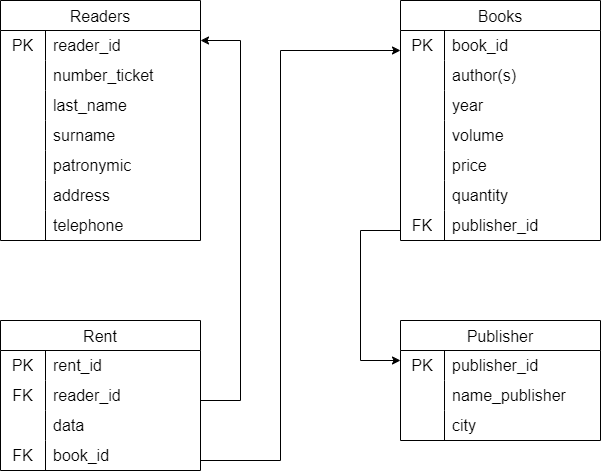
This is logic_diagram.png from SergeyGitH/Task1.2, a draw.io export, as it was before one commit. Source tidied: cells renumbered, new cells last; positions are measured from the earlier drawing's top-left corner, leaving out a move shared by most shapes.
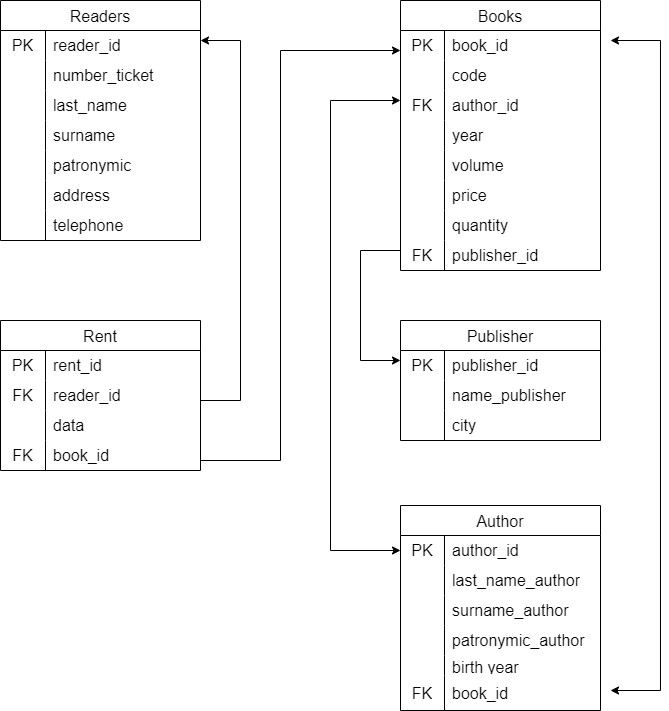
After the change.

Commit message:
Обновление логической диаграммы

What changed in the source:
```diff
@@ -108,7 +108,7 @@
       <mxGeometry x="45" width="155" height="30" as="geometry" />
     </mxCell>
     <mxCell id="37" value="Books" style="shape=table;startSize=30;rowLines=0;fontStyle=0;strokeColor=default;fontSize=16;" parent="1" vertex="1">
-      <mxGeometry x="400" width="200" height="240" as="geometry" />
+      <mxGeometry x="400" width="200" height="270" as="geometry" />
     </mxCell>
     <mxCell id="38" style="shape=tableRow;horizontal=0;startSize=0;swimlaneHead=0;swimlaneBody=0;top=0;left=0;bottom=0;right=0;fillColor=none;strokeColor=inherit;fontSize=16;" parent="37" vertex="1">
       <mxGeometry y="30" width="200" height="30" as="geometry" />
@@ -119,17 +119,26 @@
     <mxCell id="40" value="book_id" style="shape=partialRectangle;html=1;whiteSpace=wrap;fillColor=none;top=0;left=0;bottom=0;right=0;align=left;spacingLeft=6;overflow=hidden;strokeColor=inherit;fontSize=16;" parent="38" vertex="1">
       <mxGeometry x="44" width="156" height="30" as="geometry" />
     </mxCell>
+    <mxCell id="79" style="shape=tableRow;horizontal=0;startSize=0;swimlaneHead=0;swimlaneBody=0;top=0;left=0;bottom=0;right=0;fillColor=none;strokeColor=inherit;fontSize=16;" parent="37" vertex="1">
+      <mxGeometry y="60" width="200" height="30" as="geometry" />
+    </mxCell>
+    <mxCell id="80" style="shape=partialRectangle;html=1;whiteSpace=wrap;fillColor=none;top=0;left=0;bottom=0;right=0;overflow=hidden;strokeColor=inherit;fontSize=16;" parent="79" vertex="1">
+      <mxGeometry width="44" height="30" as="geometry" />
+    </mxCell>
+    <mxCell id="81" value="code" style="shape=partialRectangle;html=1;whiteSpace=wrap;fillColor=none;top=0;left=0;bottom=0;right=0;align=left;spacingLeft=6;overflow=hidden;strokeColor=inherit;fontSize=16;" parent="79" vertex="1">
+      <mxGeometry x="44" width="156" height="30" as="geometry" />
+    </mxCell>
     <mxCell id="41" style="shape=tableRow;horizontal=0;startSize=0;swimlaneHead=0;swimlaneBody=0;top=0;left=0;bottom=0;right=0;fillColor=none;strokeColor=inherit;fontSize=16;" parent="37" vertex="1">
-      <mxGeometry y="60" width="200" height="30" as="geometry" />
+      <mxGeometry y="90" width="200" height="30" as="geometry" />
     </mxCell>
-    <mxCell id="42" style="shape=partialRectangle;html=1;whiteSpace=wrap;fillColor=none;top=0;left=0;bottom=0;right=0;overflow=hidden;strokeColor=inherit;fontSize=16;" parent="41" vertex="1">
+    <mxCell id="42" value="FK" style="shape=partialRectangle;html=1;whiteSpace=wrap;fillColor=none;top=0;left=0;bottom=0;right=0;overflow=hidden;strokeColor=inherit;fontSize=16;" parent="41" vertex="1">
       <mxGeometry width="44" height="30" as="geometry" />
     </mxCell>
-    <mxCell id="43" value="author(s)" style="shape=partialRectangle;html=1;whiteSpace=wrap;fillColor=none;top=0;left=0;bottom=0;right=0;align=left;spacingLeft=6;overflow=hidden;strokeColor=inherit;fontSize=16;" parent="41" vertex="1">
+    <mxCell id="43" value="author_id" style="shape=partialRectangle;html=1;whiteSpace=wrap;fillColor=none;top=0;left=0;bottom=0;right=0;align=left;spacingLeft=6;overflow=hidden;strokeColor=inherit;fontSize=16;" parent="41" vertex="1">
       <mxGeometry x="44" width="156" height="30" as="geometry" />
     </mxCell>
     <mxCell id="44" style="shape=tableRow;horizontal=0;startSize=0;swimlaneHead=0;swimlaneBody=0;top=0;left=0;bottom=0;right=0;fillColor=none;strokeColor=inherit;fontSize=16;" parent="37" vertex="1">
-      <mxGeometry y="90" width="200" height="30" as="geometry" />
+      <mxGeometry y="120" width="200" height="30" as="geometry" />
     </mxCell>
     <mxCell id="45" style="shape=partialRectangle;html=1;whiteSpace=wrap;fillColor=none;top=0;left=0;bottom=0;right=0;overflow=hidden;strokeColor=inherit;fontSize=16;" parent="44" vertex="1">
       <mxGeometry width="44" height="30" as="geometry" />
@@ -138,7 +147,7 @@
       <mxGeometry x="44" width="156" height="30" as="geometry" />
     </mxCell>
     <mxCell id="47" style="shape=tableRow;horizontal=0;startSize=0;swimlaneHead=0;swimlaneBody=0;top=0;left=0;bottom=0;right=0;fillColor=none;strokeColor=inherit;fontSize=16;" parent="37" vertex="1">
-      <mxGeometry y="120" width="200" height="30" as="geometry" />
+      <mxGeometry y="150" width="200" height="30" as="geometry" />
     </mxCell>
     <mxCell id="48" style="shape=partialRectangle;html=1;whiteSpace=wrap;fillColor=none;top=0;left=0;bottom=0;right=0;overflow=hidden;strokeColor=inherit;fontSize=16;" parent="47" vertex="1">
       <mxGeometry width="44" height="30" as="geometry" />
@@ -147,7 +156,7 @@
       <mxGeometry x="44" width="156" height="30" as="geometry" />
     </mxCell>
     <mxCell id="50" style="shape=tableRow;horizontal=0;startSize=0;swimlaneHead=0;swimlaneBody=0;top=0;left=0;bottom=0;right=0;fillColor=none;strokeColor=inherit;fontSize=16;" parent="37" vertex="1">
-      <mxGeometry y="150" width="200" height="30" as="geometry" />
+      <mxGeometry y="180" width="200" height="30" as="geometry" />
     </mxCell>
     <mxCell id="51" style="shape=partialRectangle;html=1;whiteSpace=wrap;fillColor=none;top=0;left=0;bottom=0;right=0;overflow=hidden;strokeColor=inherit;fontSize=16;" parent="50" vertex="1">
       <mxGeometry width="44" height="30" as="geometry" />
@@ -156,7 +165,7 @@
       <mxGeometry x="44" width="156" height="30" as="geometry" />
     </mxCell>
     <mxCell id="53" style="shape=tableRow;horizontal=0;startSize=0;swimlaneHead=0;swimlaneBody=0;top=0;left=0;bottom=0;right=0;fillColor=none;strokeColor=inherit;fontSize=16;" parent="37" vertex="1">
-      <mxGeometry y="180" width="200" height="30" as="geometry" />
+      <mxGeometry y="210" width="200" height="30" as="geometry" />
     </mxCell>
     <mxCell id="54" style="shape=partialRectangle;html=1;whiteSpace=wrap;fillColor=none;top=0;left=0;bottom=0;right=0;overflow=hidden;strokeColor=inherit;fontSize=16;" parent="53" vertex="1">
       <mxGeometry width="44" height="30" as="geometry" />
@@ -165,7 +174,7 @@
       <mxGeometry x="44" width="156" height="30" as="geometry" />
     </mxCell>
     <mxCell id="56" style="shape=tableRow;horizontal=0;startSize=0;swimlaneHead=0;swimlaneBody=0;top=0;left=0;bottom=0;right=0;fillColor=none;strokeColor=inherit;fontSize=16;" parent="37" vertex="1">
-      <mxGeometry y="210" width="200" height="30" as="geometry" />
+      <mxGeometry y="240" width="200" height="30" as="geometry" />
     </mxCell>
     <mxCell id="57" value="FK" style="shape=partialRectangle;html=1;whiteSpace=wrap;fillColor=none;top=0;left=0;bottom=0;right=0;overflow=hidden;strokeColor=inherit;fontSize=16;" parent="56" vertex="1">
       <mxGeometry width="44" height="30" as="geometry" />
@@ -242,7 +251,7 @@
     <mxCell id="75" style="endArrow=none;html=1;rounded=0;" parent="1" edge="1">
       <mxGeometry relative="1" as="geometry">
         <mxPoint x="360" y="360" as="sourcePoint" />
-        <mxPoint x="360" y="230" as="targetPoint" />
+        <mxPoint x="360" y="250" as="targetPoint" />
       </mxGeometry>
     </mxCell>
     <mxCell id="76" style="endArrow=classic;html=1;rounded=0;" parent="1" edge="1">
@@ -253,12 +262,105 @@
     </mxCell>
     <mxCell id="77" style="endArrow=none;html=1;rounded=0;" parent="1" edge="1">
       <mxGeometry relative="1" as="geometry">
-        <mxPoint x="360" y="230" as="sourcePoint" />
-        <mxPoint x="400" y="230" as="targetPoint" />
+        <mxPoint x="360" y="250" as="sourcePoint" />
+        <mxPoint x="400" y="250" as="targetPoint" />
       </mxGeometry>
     </mxCell>
     <mxCell id="78" value="data" style="shape=partialRectangle;html=1;whiteSpace=wrap;fillColor=none;top=0;left=0;bottom=0;right=0;align=left;spacingLeft=6;overflow=hidden;strokeColor=inherit;fontSize=16;" parent="1" vertex="1">
       <mxGeometry x="45" y="410" width="155" height="30" as="geometry" />
     </mxCell>
+    <mxCell id="82" value="Author" style="shape=table;startSize=30;rowLines=0;fontStyle=0;strokeColor=default;fontSize=16;" parent="1" vertex="1">
+      <mxGeometry x="400" y="505" width="200" height="205" as="geometry" />
+    </mxCell>
+    <mxCell id="83" style="shape=tableRow;horizontal=0;startSize=0;swimlaneHead=0;swimlaneBody=0;top=0;left=0;bottom=0;right=0;fillColor=none;strokeColor=inherit;fontSize=16;" parent="82" vertex="1">
+      <mxGeometry y="30" width="200" height="30" as="geometry" />
+    </mxCell>
+    <mxCell id="84" value="PK" style="shape=partialRectangle;html=1;whiteSpace=wrap;fillColor=none;top=0;left=0;bottom=0;right=0;overflow=hidden;strokeColor=inherit;fontSize=16;" parent="83" vertex="1">
+      <mxGeometry width="44" height="30" as="geometry" />
+    </mxCell>
+    <mxCell id="85" value="author_id" style="shape=partialRectangle;html=1;whiteSpace=wrap;fillColor=none;top=0;left=0;bottom=0;right=0;align=left;spacingLeft=6;overflow=hidden;strokeColor=inherit;fontSize=16;" parent="83" vertex="1">
+      <mxGeometry x="44" width="156" height="30" as="geometry" />
+    </mxCell>
+    <mxCell id="86" style="shape=tableRow;horizontal=0;startSize=0;swimlaneHead=0;swimlaneBody=0;top=0;left=0;bottom=0;right=0;fillColor=none;strokeColor=inherit;fontSize=16;" parent="82" vertex="1">
+      <mxGeometry y="60" width="200" height="30" as="geometry" />
+    </mxCell>
+    <mxCell id="87" style="shape=partialRectangle;html=1;whiteSpace=wrap;fillColor=none;top=0;left=0;bottom=0;right=0;overflow=hidden;strokeColor=inherit;fontSize=16;" parent="86" vertex="1">
+      <mxGeometry width="44" height="30" as="geometry" />
+    </mxCell>
+    <mxCell id="88" value="last_name_author" style="shape=partialRectangle;html=1;whiteSpace=wrap;fillColor=none;top=0;left=0;bottom=0;right=0;align=left;spacingLeft=6;overflow=hidden;strokeColor=inherit;fontSize=16;" parent="86" vertex="1">
+      <mxGeometry x="44" width="156" height="30" as="geometry" />
+    </mxCell>
+    <mxCell id="89" style="shape=tableRow;horizontal=0;startSize=0;swimlaneHead=0;swimlaneBody=0;top=0;left=0;bottom=0;right=0;fillColor=none;strokeColor=inherit;fontSize=16;" parent="82" vertex="1">
+      <mxGeometry y="90" width="200" height="30" as="geometry" />
+    </mxCell>
+    <mxCell id="90" style="shape=partialRectangle;html=1;whiteSpace=wrap;fillColor=none;top=0;left=0;bottom=0;right=0;overflow=hidden;strokeColor=inherit;fontSize=16;" parent="89" vertex="1">
+      <mxGeometry width="44" height="30" as="geometry" />
+    </mxCell>
+    <mxCell id="91" value="surname_author" style="shape=partialRectangle;html=1;whiteSpace=wrap;fillColor=none;top=0;left=0;bottom=0;right=0;align=left;spacingLeft=6;overflow=hidden;strokeColor=inherit;fontSize=16;" parent="89" vertex="1">
+      <mxGeometry x="44" width="156" height="30" as="geometry" />
+    </mxCell>
+    <mxCell id="92" style="shape=tableRow;horizontal=0;startSize=0;swimlaneHead=0;swimlaneBody=0;top=0;left=0;bottom=0;right=0;fillColor=none;strokeColor=inherit;fontSize=16;" parent="82" vertex="1">
+      <mxGeometry y="120" width="200" height="30" as="geometry" />
+    </mxCell>
+    <mxCell id="93" style="shape=partialRectangle;html=1;whiteSpace=wrap;fillColor=none;top=0;left=0;bottom=0;right=0;overflow=hidden;strokeColor=inherit;fontSize=16;" parent="92" vertex="1">
+      <mxGeometry width="44" height="30" as="geometry" />
+    </mxCell>
+    <mxCell id="94" value="patronymic_author" style="shape=partialRectangle;html=1;whiteSpace=wrap;fillColor=none;top=0;left=0;bottom=0;right=0;align=left;spacingLeft=6;overflow=hidden;strokeColor=inherit;fontSize=16;" parent="92" vertex="1">
+      <mxGeometry x="44" width="156" height="30" as="geometry" />
+    </mxCell>
+    <mxCell id="95" style="shape=tableRow;horizontal=0;startSize=0;swimlaneHead=0;swimlaneBody=0;top=0;left=0;bottom=0;right=0;fillColor=none;strokeColor=inherit;fontSize=16;" parent="82" vertex="1">
+      <mxGeometry y="150" width="200" height="20" as="geometry" />
+    </mxCell>
+    <mxCell id="96" style="shape=partialRectangle;html=1;whiteSpace=wrap;fillColor=none;top=0;left=0;bottom=0;right=0;overflow=hidden;strokeColor=inherit;fontSize=16;" parent="95" vertex="1">
+      <mxGeometry width="44" height="20" as="geometry" />
+    </mxCell>
+    <mxCell id="97" value="birth year" style="shape=partialRectangle;html=1;whiteSpace=wrap;fillColor=none;top=0;left=0;bottom=0;right=0;align=left;spacingLeft=6;overflow=hidden;strokeColor=inherit;fontSize=16;" parent="95" vertex="1">
+      <mxGeometry x="44" width="156" height="20" as="geometry" />
+    </mxCell>
+    <mxCell id="98" style="shape=tableRow;horizontal=0;startSize=0;swimlaneHead=0;swimlaneBody=0;top=0;left=0;bottom=0;right=0;fillColor=none;strokeColor=inherit;fontSize=16;" parent="82" vertex="1">
+      <mxGeometry y="170" width="200" height="35" as="geometry" />
+    </mxCell>
+    <mxCell id="99" value="FK" style="shape=partialRectangle;html=1;whiteSpace=wrap;fillColor=none;top=0;left=0;bottom=0;right=0;overflow=hidden;strokeColor=inherit;fontSize=16;" parent="98" vertex="1">
+      <mxGeometry width="44" height="35" as="geometry" />
+    </mxCell>
+    <mxCell id="100" value="book_id" style="shape=partialRectangle;html=1;whiteSpace=wrap;fillColor=none;top=0;left=0;bottom=0;right=0;align=left;spacingLeft=6;overflow=hidden;strokeColor=inherit;fontSize=16;" parent="98" vertex="1">
+      <mxGeometry x="44" width="156" height="35" as="geometry" />
+    </mxCell>
+    <mxCell id="101" style="endArrow=none;html=1;rounded=0;" parent="1" edge="1">
+      <mxGeometry relative="1" as="geometry">
+        <mxPoint x="660" y="690" as="sourcePoint" />
+        <mxPoint x="660" y="40" as="targetPoint" />
+      </mxGeometry>
+    </mxCell>
+    <mxCell id="102" style="endArrow=classic;html=1;rounded=0;entryX=1;entryY=0.5;entryDx=0;entryDy=0;" parent="1" edge="1">
+      <mxGeometry relative="1" as="geometry">
+        <mxPoint x="660" y="40" as="sourcePoint" />
+        <mxPoint x="610" y="40" as="targetPoint" />
+      </mxGeometry>
+    </mxCell>
+    <mxCell id="103" style="endArrow=classic;html=1;rounded=0;" parent="1" edge="1">
+      <mxGeometry relative="1" as="geometry">
+        <mxPoint x="660" y="690" as="sourcePoint" />
+        <mxPoint x="610" y="690" as="targetPoint" />
+      </mxGeometry>
+    </mxCell>
+    <mxCell id="104" style="endArrow=none;html=1;rounded=0;" parent="1" edge="1">
+      <mxGeometry relative="1" as="geometry">
+        <mxPoint x="330" y="550" as="sourcePoint" />
+        <mxPoint x="330" y="100" as="targetPoint" />
+      </mxGeometry>
+    </mxCell>
+    <mxCell id="105" style="endArrow=classic;html=1;rounded=0;" parent="1" edge="1">
+      <mxGeometry relative="1" as="geometry">
+        <mxPoint x="330" y="550" as="sourcePoint" />
+        <mxPoint x="400" y="550" as="targetPoint" />
+      </mxGeometry>
+    </mxCell>
+    <mxCell id="106" style="endArrow=classic;html=1;rounded=0;" parent="1" edge="1">
+      <mxGeometry relative="1" as="geometry">
+        <mxPoint x="330" y="100" as="sourcePoint" />
+        <mxPoint x="400" y="100" as="targetPoint" />
+      </mxGeometry>
+    </mxCell>
   </root>
 </mxGraphModel>
```
